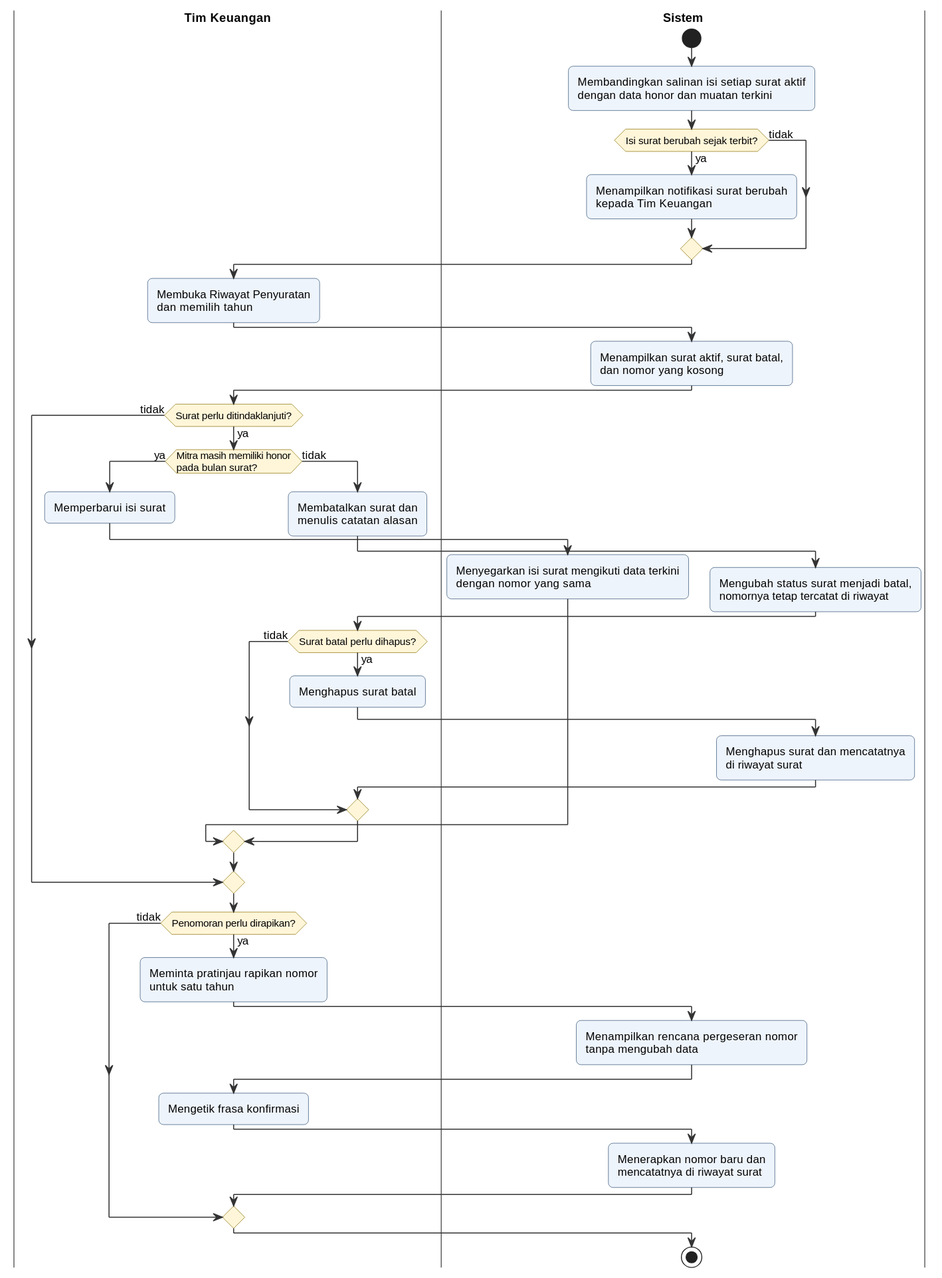
The PlantUML diagram docs/diagram/out/activity-riwayat-surat.svg in kharis5870/Kharisma, before a commit.
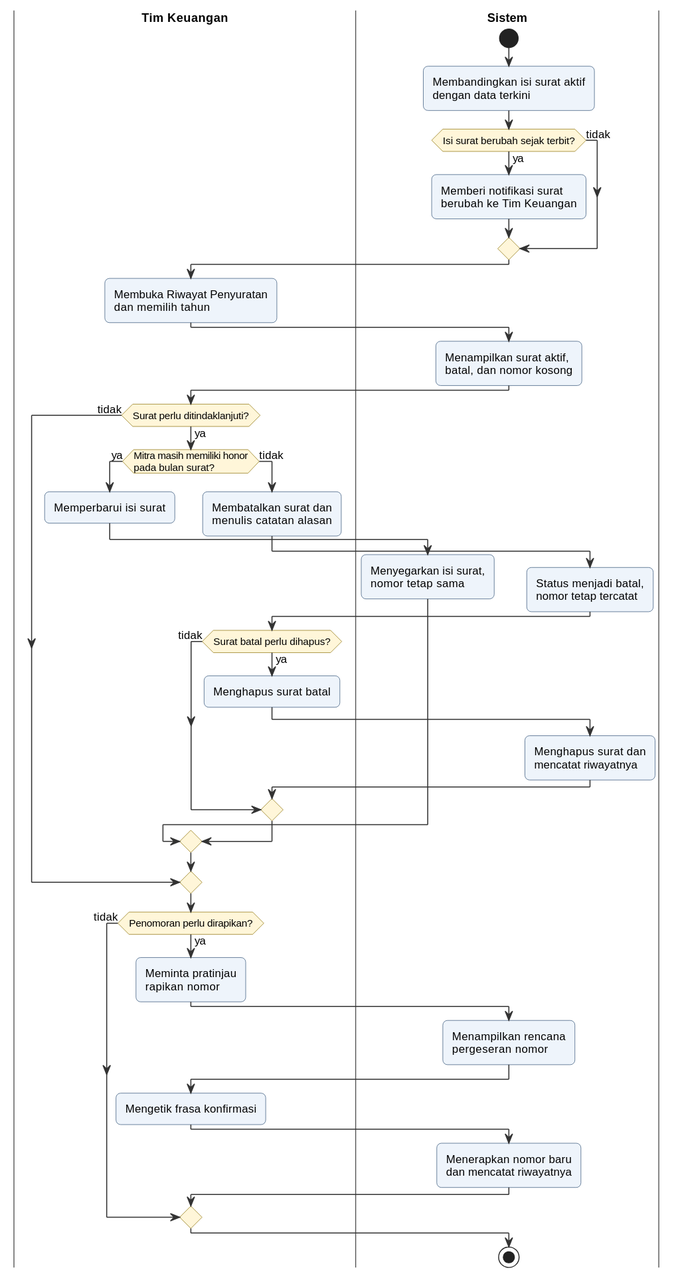
Above is the later version.

Change to the diagram source:
```diff
@@ -4,11 +4,11 @@
 |Tim Keuangan|
 |Sistem|
 start
-:Membandingkan salinan isi setiap surat aktif
-dengan data honor dan muatan terkini;
+:Membandingkan isi surat aktif
+dengan data terkini;
 if (Isi surat berubah sejak terbit?) then (ya)
-  :Menampilkan notifikasi surat berubah
-  kepada Tim Keuangan;
+  :Memberi notifikasi surat
+  berubah ke Tim Keuangan;
 else (tidak)
 endif
 
@@ -16,29 +16,29 @@
 :Membuka Riwayat Penyuratan
 dan memilih tahun;
 |Sistem|
-:Menampilkan surat aktif, surat batal,
-dan nomor yang kosong;
+:Menampilkan surat aktif,
+batal, dan nomor kosong;
 
 |Tim Keuangan|
 if (Surat perlu ditindaklanjuti?) then (ya)
   if (Mitra masih memiliki honor\npada bulan surat?) then (ya)
     :Memperbarui isi surat;
     |Sistem|
-    :Menyegarkan isi surat mengikuti data terkini
-    dengan nomor yang sama;
+    :Menyegarkan isi surat,
+    nomor tetap sama;
   else (tidak)
     |Tim Keuangan|
     :Membatalkan surat dan
     menulis catatan alasan;
     |Sistem|
-    :Mengubah status surat menjadi batal,
-    nomornya tetap tercatat di riwayat;
+    :Status menjadi batal,
+    nomor tetap tercatat;
     |Tim Keuangan|
     if (Surat batal perlu dihapus?) then (ya)
       :Menghapus surat batal;
       |Sistem|
-      :Menghapus surat dan mencatatnya
-      di riwayat surat;
+      :Menghapus surat dan
+      mencatat riwayatnya;
     else (tidak)
     endif
   endif
@@ -47,16 +47,16 @@
 
 |Tim Keuangan|
 if (Penomoran perlu dirapikan?) then (ya)
-  :Meminta pratinjau rapikan nomor
-  untuk satu tahun;
+  :Meminta pratinjau
+  rapikan nomor;
   |Sistem|
-  :Menampilkan rencana pergeseran nomor
-  tanpa mengubah data;
+  :Menampilkan rencana
+  pergeseran nomor;
   |Tim Keuangan|
   :Mengetik frasa konfirmasi;
   |Sistem|
-  :Menerapkan nomor baru dan
-  mencatatnya di riwayat surat;
+  :Menerapkan nomor baru
+  dan mencatat riwayatnya;
 else (tidak)
 endif
 stop
```
